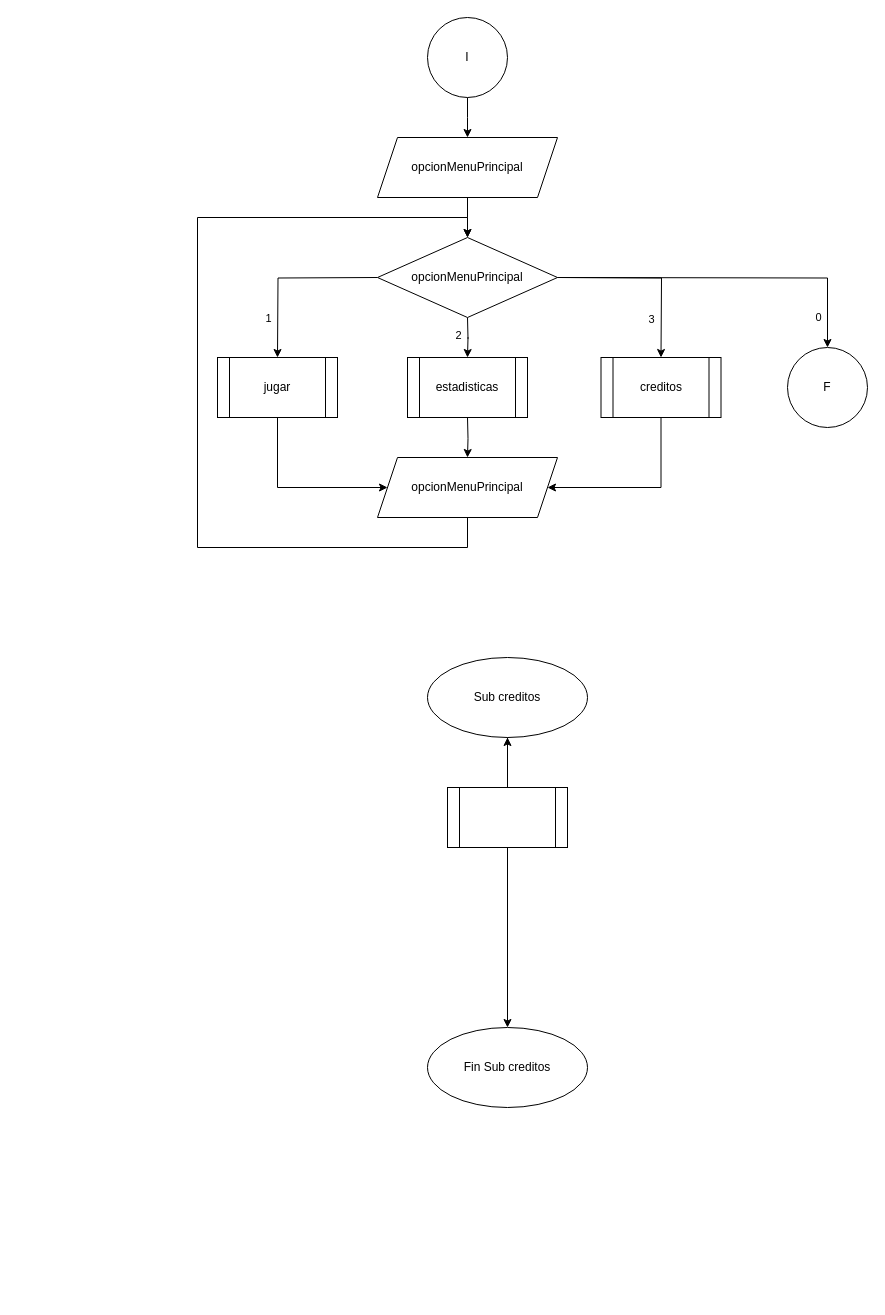
The draw.io diagram TP2-TUP.UTN.drawio in sirnas1983/utn.tup.progra1.tp2, before the edit. Source tidied: cells renumbered, new cells numbered last; positions are measured from the earlier drawing's top-left corner, leaving out a move shared by most shapes. Both pictures are drawn from the tidied source at 100%, with x=0, y=0 at pixel (197, 17).
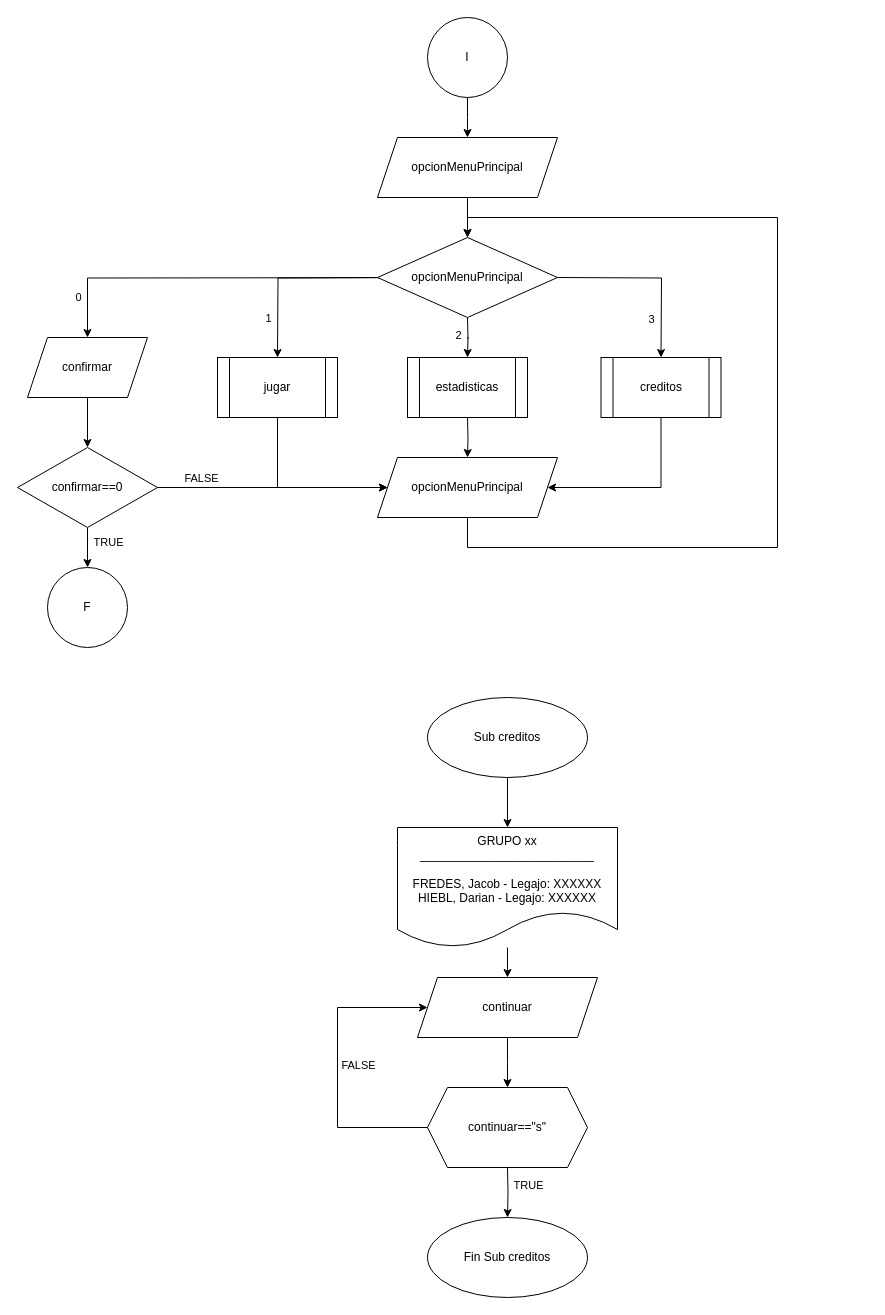
The same diagram, later.

Unchanged cells that the change refers to:
```xml
<mxCell id="19" value="opcionMenuPrincipal" style="shape=parallelogram;perimeter=parallelogramPerimeter;whiteSpace=wrap;html=1;fixedSize=1;" parent="1" vertex="1">
  <mxGeometry x="180" y="440" width="180" height="60" as="geometry" />
</mxCell>
```

The edit, as a diff of the source:
```diff
@@
-    <mxCell id="12" style="edgeStyle=orthogonalEdgeStyle;rounded=0;jettySize=auto;html=1;exitX=1;exitY=0.5;exitDx=0;exitDy=0;" parent="1" edge="1" target="17">
+    <mxCell id="12" style="edgeStyle=orthogonalEdgeStyle;rounded=0;jettySize=auto;html=1;exitX=1;exitY=0.5;exitDx=0;exitDy=0;" parent="1" edge="1" target="40">
       <mxGeometry relative="1" as="geometry">
         <mxPoint x="360" y="260" as="sourcePoint" />
       </mxGeometry>
     </mxCell>
     <mxCell id="13" value="0" style="edgeLabel;html=1;align=center;verticalAlign=middle;" parent="12" vertex="1">
       <mxGeometry x="0.79" y="4" relative="1" as="geometry">
-        <mxPoint x="-14" y="5" as="offset" />
+        <mxPoint x="-14" y="15" as="offset" />
       </mxGeometry>
     </mxCell>
@@
     <mxCell id="17" value="F" style="ellipse;whiteSpace=wrap;html=1;" parent="1" vertex="1">
-      <mxGeometry x="590" y="330" width="80" height="80" as="geometry" />
+      <mxGeometry x="-150" y="550" width="80" height="80" as="geometry" />
     </mxCell>
     <mxCell id="18" style="edgeStyle=orthogonalEdgeStyle;rounded=0;jettySize=auto;html=1;exitX=0.5;exitY=1;exitDx=0;exitDy=0;entryX=0.5;entryY=0;entryDx=0;entryDy=0;" parent="1" edge="1" source="19">
       <mxGeometry relative="1" as="geometry">
         <mxPoint x="270" y="220" as="targetPoint" />
         <Array as="points">
           <mxPoint x="270" y="530" />
-          <mxPoint y="530" />
-          <mxPoint y="200" />
+          <mxPoint x="580" y="530" />
+          <mxPoint x="580" y="200" />
           <mxPoint x="270" y="200" />
         </Array>
       </mxGeometry>
     </mxCell>
@@
+    <mxCell id="29" style="edgeStyle=orthogonalEdgeStyle;rounded=0;jettySize=auto;html=1;exitX=0.5;exitY=1;exitDx=0;exitDy=0;" parent="1" edge="1" source="20" target="31">
+      <mxGeometry relative="1" as="geometry" />
+    </mxCell>
     <mxCell id="20" value="Sub creditos" style="ellipse;whiteSpace=wrap;html=1;" parent="1" vertex="1">
-      <mxGeometry x="230" y="640" width="160" height="80" as="geometry" />
+      <mxGeometry x="230" y="680" width="160" height="80" as="geometry" />
     </mxCell>
     <mxCell id="21" value="Fin Sub creditos" style="ellipse;whiteSpace=wrap;html=1;" parent="1" vertex="1">
-      <mxGeometry x="230" y="1010" width="160" height="80" as="geometry" />
+      <mxGeometry x="230" y="1200" width="160" height="80" as="geometry" />
     </mxCell>
-    <mxCell id="22" style="edgeStyle=orthogonalEdgeStyle;rounded=0;jettySize=auto;html=1;exitX=0.5;exitY=1;exitDx=0;exitDy=0;" parent="1" edge="1" source="20" target="21">
-      <mxGeometry relative="1" as="geometry" />
-    </mxCell>
-    <mxCell id="23" style="edgeStyle=orthogonalEdgeStyle;rounded=0;jettySize=auto;html=1;" parent="1" edge="1" source="24" target="20">
-      <mxGeometry relative="1" as="geometry" />
-    </mxCell>
-    <mxCell id="24" style="shape=process;whiteSpace=wrap;html=1;backgroundOutline=1;" parent="1" vertex="1">
-      <mxGeometry x="250" y="770" width="120" height="60" as="geometry" />
-    </mxCell>
@@
+    <mxCell id="30" style="edgeStyle=orthogonalEdgeStyle;rounded=0;jettySize=auto;html=1;" parent="1" edge="1" source="31" target="33">
+      <mxGeometry relative="1" as="geometry" />
+    </mxCell>
+    <mxCell id="31" value="GRUPO xx&lt;br&gt;__________________________&lt;br&gt;&lt;br&gt;FREDES, Jacob - Legajo: XXXXXX&lt;br&gt;HIEBL, Darian - Legajo: XXXXXX" style="shape=document;whiteSpace=wrap;html=1;boundedLbl=1;" parent="1" vertex="1">
+      <mxGeometry x="200" y="810" width="220" height="120" as="geometry" />
+    </mxCell>
+    <mxCell id="32" style="edgeStyle=orthogonalEdgeStyle;rounded=0;jettySize=auto;html=1;entryX=0.5;entryY=0;entryDx=0;entryDy=0;" parent="1" edge="1" source="33">
+      <mxGeometry relative="1" as="geometry">
+        <mxPoint x="310" y="1070" as="targetPoint" />
+      </mxGeometry>
+    </mxCell>
+    <mxCell id="33" value="continuar" style="shape=parallelogram;perimeter=parallelogramPerimeter;whiteSpace=wrap;html=1;fixedSize=1;" parent="1" vertex="1">
+      <mxGeometry x="220" y="960" width="180" height="60" as="geometry" />
+    </mxCell>
+    <mxCell id="34" style="edgeStyle=orthogonalEdgeStyle;rounded=0;jettySize=auto;html=1;entryX=0.5;entryY=0;entryDx=0;entryDy=0;" parent="1" edge="1" target="21">
+      <mxGeometry relative="1" as="geometry">
+        <mxPoint x="310" y="1150" as="sourcePoint" />
+      </mxGeometry>
+    </mxCell>
+    <mxCell id="35" value="TRUE" style="edgeLabel;html=1;align=center;verticalAlign=middle;" parent="34" vertex="1">
+      <mxGeometry x="-0.28" y="4" relative="1" as="geometry">
+        <mxPoint x="16" as="offset" />
+      </mxGeometry>
+    </mxCell>
+    <mxCell id="36" style="edgeStyle=orthogonalEdgeStyle;rounded=0;jettySize=auto;html=1;entryX=0;entryY=0.5;entryDx=0;entryDy=0;exitX=0;exitY=0.5;exitDx=0;exitDy=0;" parent="1" edge="1" target="33">
+      <mxGeometry relative="1" as="geometry">
+        <mxPoint x="230" y="1110" as="sourcePoint" />
+        <Array as="points">
+          <mxPoint x="140" y="1110" />
+          <mxPoint x="140" y="990" />
+        </Array>
+      </mxGeometry>
+    </mxCell>
+    <mxCell id="37" value="FALSE" style="edgeLabel;html=1;align=center;verticalAlign=middle;" parent="36" vertex="1">
+      <mxGeometry x="0.02" y="-5" relative="1" as="geometry">
+        <mxPoint x="15" as="offset" />
+      </mxGeometry>
+    </mxCell>
+    <mxCell id="38" value="continuar==&quot;s&quot;" style="shape=hexagon;perimeter=hexagonPerimeter2;whiteSpace=wrap;html=1;fixedSize=1;" parent="1" vertex="1">
+      <mxGeometry x="230" y="1070" width="160" height="80" as="geometry" />
+    </mxCell>
+    <mxCell id="39" style="edgeStyle=orthogonalEdgeStyle;rounded=0;jettySize=auto;html=1;" parent="1" edge="1" source="40" target="45">
+      <mxGeometry relative="1" as="geometry" />
+    </mxCell>
+    <mxCell id="40" value="confirmar" style="shape=parallelogram;perimeter=parallelogramPerimeter;whiteSpace=wrap;html=1;fixedSize=1;" parent="1" vertex="1">
+      <mxGeometry x="-170" y="320" width="120" height="60" as="geometry" />
+    </mxCell>
+    <mxCell id="41" style="edgeStyle=orthogonalEdgeStyle;rounded=0;jettySize=auto;html=1;entryX=0.5;entryY=0;entryDx=0;entryDy=0;" parent="1" edge="1" source="45" target="17">
+      <mxGeometry relative="1" as="geometry" />
+    </mxCell>
+    <mxCell id="42" value="TRUE" style="edgeLabel;html=1;align=center;verticalAlign=middle;" parent="41" vertex="1">
+      <mxGeometry x="-0.3" y="2" relative="1" as="geometry">
+        <mxPoint x="18" as="offset" />
+      </mxGeometry>
+    </mxCell>
+    <mxCell id="43" style="edgeStyle=orthogonalEdgeStyle;rounded=0;jettySize=auto;html=1;" parent="1" edge="1" source="45" target="19">
+      <mxGeometry relative="1" as="geometry" />
+    </mxCell>
+    <mxCell id="44" value="FALSE" style="edgeLabel;html=1;align=center;verticalAlign=middle;" parent="43" vertex="1">
+      <mxGeometry x="-0.63" y="-3" relative="1" as="geometry">
+        <mxPoint y="-13" as="offset" />
+      </mxGeometry>
+    </mxCell>
+    <mxCell id="45" value="confirmar==0" style="rhombus;whiteSpace=wrap;html=1;" parent="1" vertex="1">
+      <mxGeometry x="-180" y="430" width="140" height="80" as="geometry" />
+    </mxCell>
```
